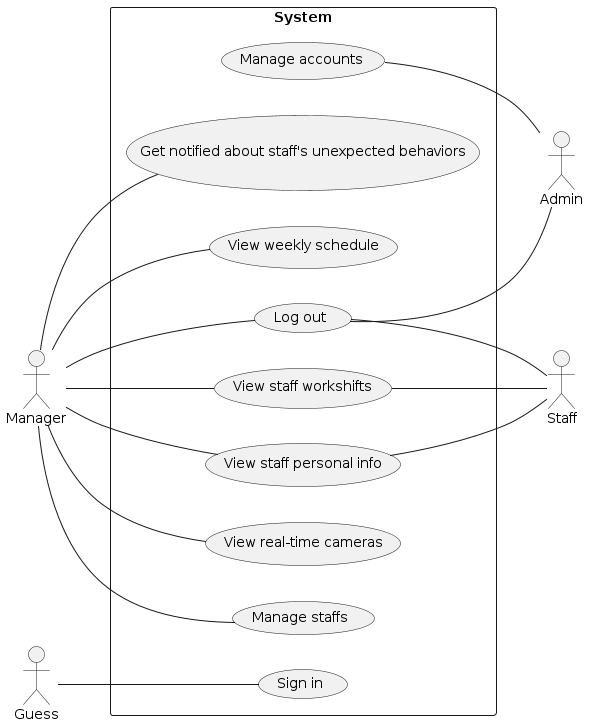
Before: docs/UML/Usecase Diagrams/general.png, a diagram exported from PlantUML (LapTQ/MCT).
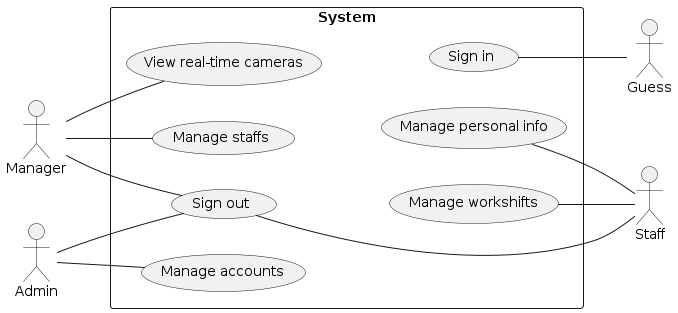
The same diagram one commit later.

The edit, as a diff of the source:
```diff
@@ -7,29 +7,35 @@
 :Admin: as Admin
 
 rectangle System {
+    (Manage accounts) as (UC09)
+    (Sign out) as (UC02)
+    (Manage staffs) as (UC04)
+    (View real-time cameras) as (UC03)
+    (Manage workshifts) as (UC16)
+    (Manage personal info) as (UC17)
     (Sign in) as (UC01)
-    (Log out) as (UC02)
-    (View real-time cameras) as (UC03)
-    (Manage staffs) as (UC04)
-    (Get notified about staff's unexpected behaviors) as (UC05)
-    (View weekly schedule) as (UC06)
-    (View staff personal info) as (UC07)
-    (View staff workshifts) as (UC08)
-    (Manage accounts) as (UC09)
 }
 
-Guess -- UC01
+
+
+
+
+UC09 -[hidden]l- UC02
+UC02 -[hidden]l- UC03
+UC03 -[hidden]l- UC04
+UC03 -[hidden]d- UC17
+UC04 -[hidden]d- UC16
+UC16 -[hidden]l- UC01
+
+
+UC16 -down- Staff
+UC17 -- Staff
+UC02 -- Staff
+Manager -down- UC04
 Manager -- UC02
 Manager -- UC03
-Manager -- UC04
-Manager -- UC05
-Manager -- UC06
-Manager -- UC07
-Manager -- UC08
-Staff -up- UC02
-Staff -up- UC07
-Staff -up- UC08
-Admin -up- UC02
-Admin -up- UC09
+Admin -down- UC09
+Admin -- UC02
+UC01 -down- Guess
 
 @enduml
```
